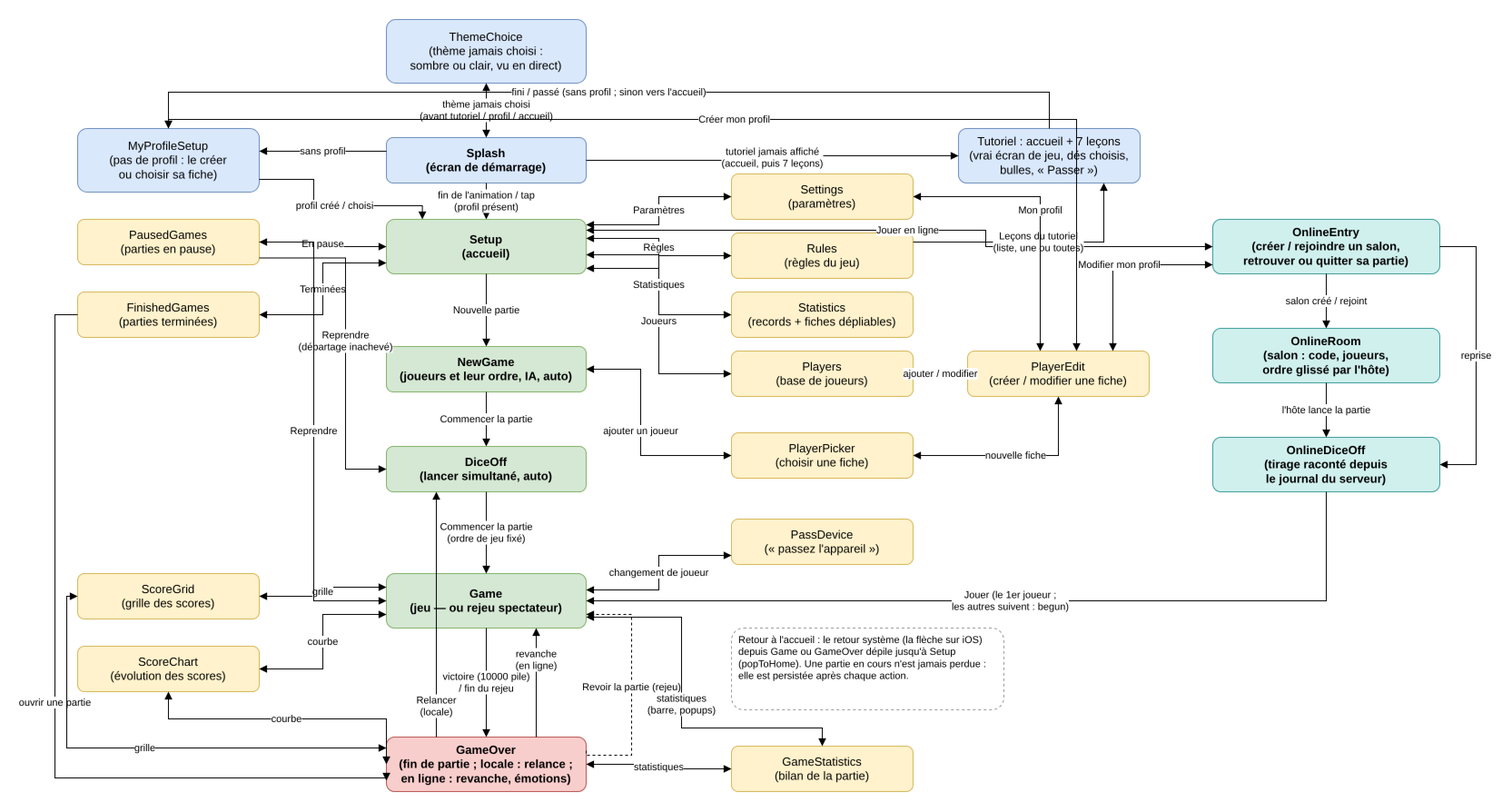
The draw.io diagram docs/screen-flow.png in microscotch/tenk, before a commit. Source tidied: cells renumbered, new cells last; positions are measured from the earlier drawing's top-left corner, leaving out a move shared by most shapes.
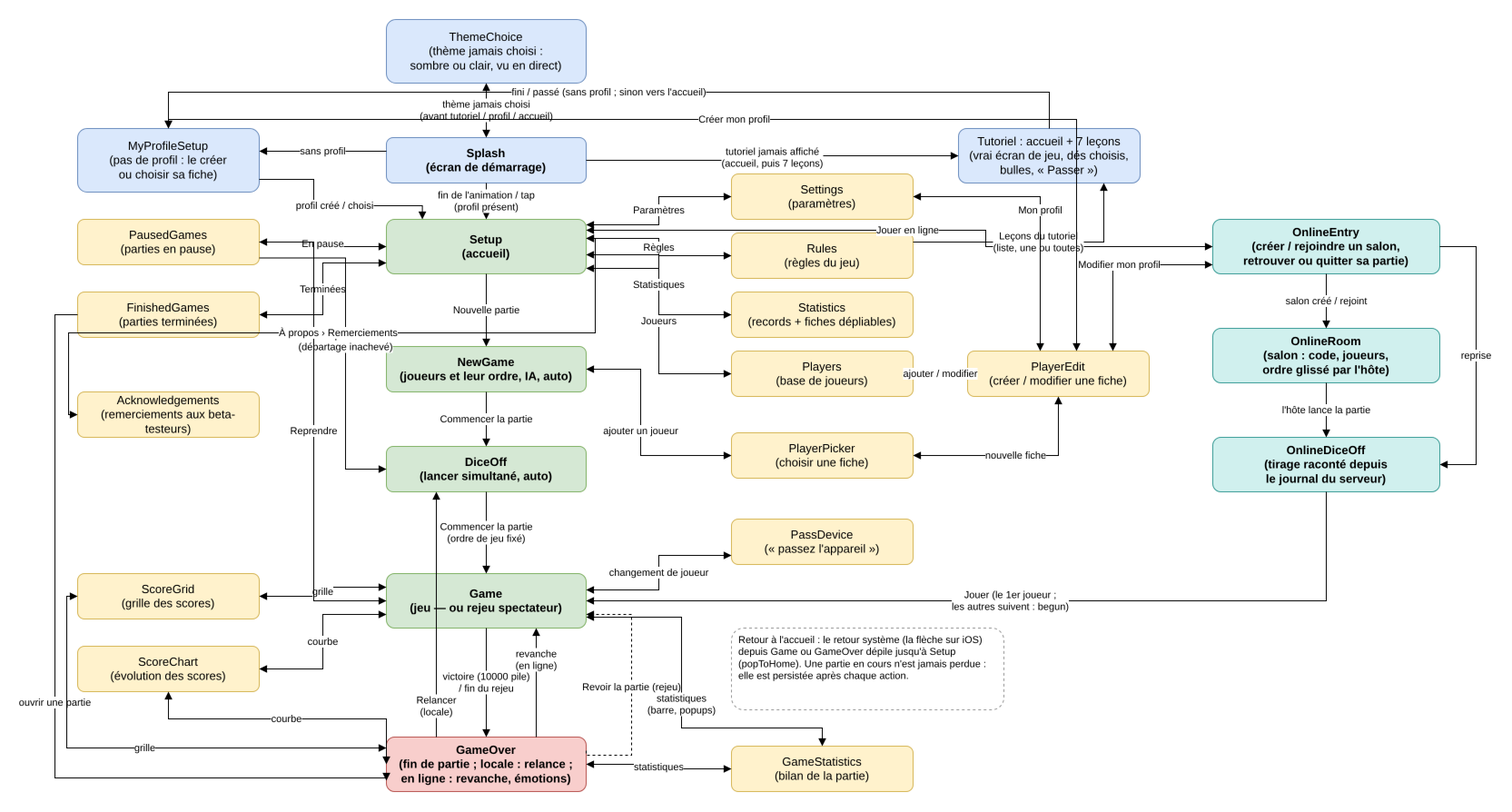
Above is the later version.

What changed in the source:
```diff
@@ -281,5 +281,11 @@
         </Array>
       </mxGeometry>
     </mxCell>
+    <mxCell id="68" value="Acknowledgements (remerciements aux beta-testeurs)" style="rounded=1;whiteSpace=wrap;html=1;fillColor=#fff2cc;strokeColor=#d6b656;fontSize=13;" parent="1" vertex="1">
+      <mxGeometry x="25" y="410" width="200" height="50" as="geometry" />
+    </mxCell>
+    <mxCell id="69" value="À propos › Remerciements" style="edgeStyle=orthogonalEdgeStyle;rounded=0;html=1;fontSize=11;startArrow=block;startFill=1;endArrow=block;endFill=1;exitX=1;exitY=0.35;entryX=0;entryY=0.5;" parent="1" edge="1" source="3" target="68">
+      <mxGeometry relative="1" as="geometry" />
+    </mxCell>
   </root>
 </mxGraphModel>
```
